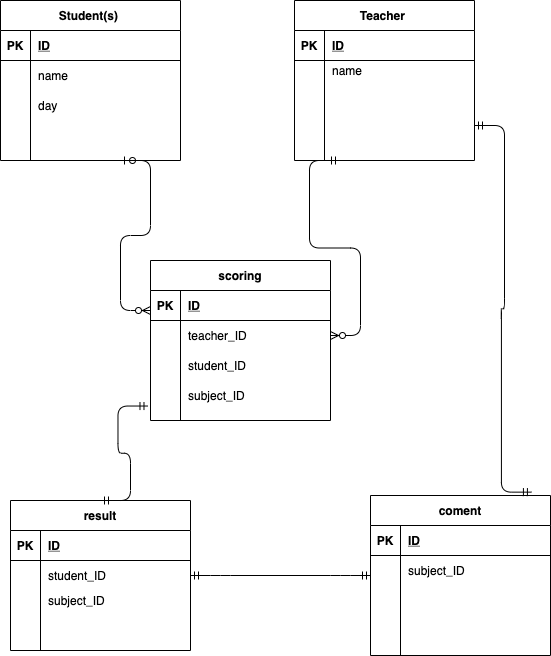
This is index. .drawio.png from hitomineo/2021-12-24-ito-ER, a draw.io export, as it was before one commit. Source tidied: cells renumbered, new cells last; positions are measured from the earlier drawing's top-left corner, leaving out a move shared by most shapes.
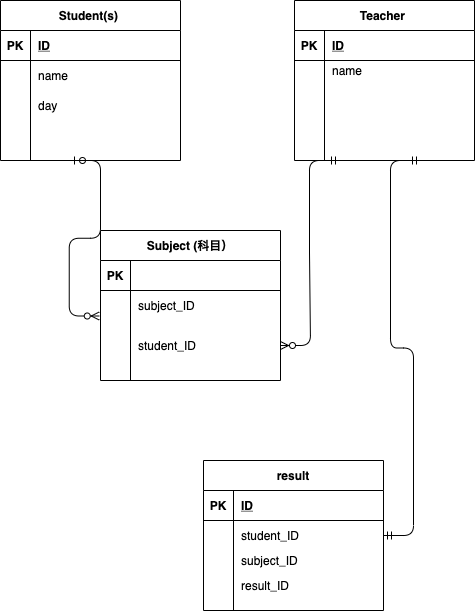
Later version of the same file.

Diff of the diagram source:
```diff
@@ -41,47 +41,8 @@
     <mxCell id="14" style="shape=partialRectangle;fillColor=none;top=0;left=0;bottom=0;right=0;align=left;spacingLeft=6;overflow=hidden;" parent="12" vertex="1">
       <mxGeometry x="30" width="150" height="30" as="geometry" />
     </mxCell>
-    <mxCell id="15" value="scoring" style="shape=table;startSize=30;rowLines=0;fontStyle=1;align=center;" parent="1" vertex="1">
-      <mxGeometry x="150" y="260" width="180" height="160" as="geometry" />
-    </mxCell>
-    <mxCell id="16" style="shape=partialRectangle;fillColor=none;top=0;left=0;bottom=1;right=0;" parent="15" vertex="1">
-      <mxGeometry y="30" width="180" height="30" as="geometry" />
-    </mxCell>
-    <mxCell id="17" value="PK" style="shape=partialRectangle;fillColor=none;top=0;left=0;bottom=0;right=0;fontStyle=1;overflow=hidden;" parent="16" vertex="1">
-      <mxGeometry width="30" height="30" as="geometry" />
-    </mxCell>
-    <mxCell id="18" value="ID" style="shape=partialRectangle;fillColor=none;top=0;left=0;bottom=0;right=0;align=left;spacingLeft=6;fontStyle=5;overflow=hidden;" parent="16" vertex="1">
-      <mxGeometry x="30" width="150" height="30" as="geometry" />
-    </mxCell>
-    <mxCell id="19" style="shape=partialRectangle;fillColor=none;top=0;left=0;bottom=0;right=0;points=[[0,0.5],[1,0.5]];portConstraint=eastwest;" parent="15" vertex="1">
-      <mxGeometry y="60" width="180" height="30" as="geometry" />
-    </mxCell>
-    <mxCell id="20" style="shape=partialRectangle;fillColor=none;top=0;left=0;bottom=0;right=0;overflow=hidden;" parent="19" vertex="1">
-      <mxGeometry width="30" height="30" as="geometry" />
-    </mxCell>
-    <mxCell id="21" value="teacher_ID" style="shape=partialRectangle;fillColor=none;top=0;left=0;bottom=0;right=0;align=left;spacingLeft=6;overflow=hidden;" parent="19" vertex="1">
-      <mxGeometry x="30" width="150" height="30" as="geometry" />
-    </mxCell>
-    <mxCell id="22" style="shape=partialRectangle;fillColor=none;top=0;left=0;bottom=0;right=0;" parent="15" vertex="1">
-      <mxGeometry y="90" width="180" height="30" as="geometry" />
-    </mxCell>
-    <mxCell id="23" style="shape=partialRectangle;fillColor=none;top=0;left=0;bottom=0;right=0;overflow=hidden;" parent="22" vertex="1">
-      <mxGeometry width="30" height="30" as="geometry" />
-    </mxCell>
-    <mxCell id="24" value="student_ID" style="shape=partialRectangle;fillColor=none;top=0;left=0;bottom=0;right=0;align=left;spacingLeft=6;overflow=hidden;" parent="22" vertex="1">
-      <mxGeometry x="30" width="150" height="30" as="geometry" />
-    </mxCell>
-    <mxCell id="25" style="shape=partialRectangle;fillColor=none;top=0;left=0;bottom=0;right=0;points=[[0,0.5],[1,0.5]];portConstraint=eastwest;" parent="15" vertex="1">
-      <mxGeometry y="120" width="180" height="30" as="geometry" />
-    </mxCell>
-    <mxCell id="26" style="shape=partialRectangle;fillColor=none;top=0;left=0;bottom=0;right=0;overflow=hidden;" parent="25" vertex="1">
-      <mxGeometry width="30" height="30" as="geometry" />
-    </mxCell>
-    <mxCell id="27" value="subject_ID" style="shape=partialRectangle;fillColor=none;top=0;left=0;bottom=0;right=0;align=left;spacingLeft=6;overflow=hidden;" parent="25" vertex="1">
-      <mxGeometry x="30" width="150" height="30" as="geometry" />
-    </mxCell>
     <mxCell id="28" value="result" style="shape=table;startSize=30;rowLines=0;fontStyle=1;align=center;" parent="1" vertex="1">
-      <mxGeometry x="10" y="500" width="180" height="150" as="geometry" />
+      <mxGeometry x="203" y="460" width="180" height="150" as="geometry" />
     </mxCell>
     <mxCell id="29" style="shape=partialRectangle;fillColor=none;top=0;left=0;bottom=1;right=0;" parent="28" vertex="1">
       <mxGeometry y="30" width="180" height="30" as="geometry" />
@@ -116,13 +77,12 @@
     <mxCell id="39" style="shape=partialRectangle;fillColor=none;top=0;left=0;bottom=0;right=0;overflow=hidden;" parent="38" vertex="1">
       <mxGeometry width="30" height="30" as="geometry" />
     </mxCell>
-    <mxCell id="40" style="shape=partialRectangle;fillColor=none;top=0;left=0;bottom=0;right=0;align=left;spacingLeft=6;overflow=hidden;" parent="38" vertex="1">
+    <mxCell id="40" value="result_ID" style="shape=partialRectangle;fillColor=none;top=0;left=0;bottom=0;right=0;align=left;spacingLeft=6;overflow=hidden;" parent="38" vertex="1">
       <mxGeometry x="30" width="150" height="30" as="geometry" />
     </mxCell>
-    <mxCell id="41" style="edgeStyle=entityRelationEdgeStyle;fontSize=12;html=1;endArrow=ERzeroToMany;startArrow=ERzeroToOne;" parent="1" edge="1">
+    <mxCell id="41" style="edgeStyle=entityRelationEdgeStyle;fontSize=12;html=1;endArrow=ERzeroToMany;startArrow=ERzeroToOne;entryX=-0.007;entryY=-0.09;entryDx=0;entryDy=0;entryPerimeter=0;" parent="1" edge="1" target="80">
       <mxGeometry relative="1" as="geometry">
-        <mxPoint x="120" y="160" as="sourcePoint" />
-        <mxPoint x="150" y="310" as="targetPoint" />
+        <mxPoint x="70" y="160" as="sourcePoint" />
       </mxGeometry>
     </mxCell>
     <mxCell id="42" value="Student(s) " style="shape=table;startSize=30;rowLines=0;fontStyle=1;align=center;" parent="1" vertex="1">
@@ -164,58 +124,43 @@
     <mxCell id="54" style="shape=partialRectangle;fillColor=none;top=0;left=0;bottom=0;right=0;align=left;spacingLeft=6;overflow=hidden;" parent="52" vertex="1">
       <mxGeometry x="30" width="150" height="30" as="geometry" />
     </mxCell>
-    <mxCell id="55" style="edgeStyle=entityRelationEdgeStyle;fontSize=12;html=1;endArrow=ERzeroToMany;startArrow=ERmandOne;entryX=1;entryY=0.5;entryDx=0;entryDy=0;exitX=0.25;exitY=1;exitDx=0;exitDy=0;" parent="1" edge="1" source="2" target="19">
-      <mxGeometry relative="1" as="geometry" />
-    </mxCell>
-    <mxCell id="56" style="edgeStyle=entityRelationEdgeStyle;fontSize=12;html=1;endArrow=ERmandOne;startArrow=ERmandOne;exitX=0.5;exitY=0;exitDx=0;exitDy=0;entryX=-0.014;entryY=0.851;entryDx=0;entryDy=0;entryPerimeter=0;" parent="1" edge="1" source="28" target="25">
-      <mxGeometry relative="1" as="geometry" />
-    </mxCell>
-    <mxCell id="57" value="coment" style="shape=table;startSize=30;rowLines=0;fontStyle=1;align=center;" parent="1" vertex="1">
-      <mxGeometry x="370" y="495" width="180" height="160" as="geometry" />
-    </mxCell>
-    <mxCell id="58" style="shape=partialRectangle;fillColor=none;top=0;left=0;bottom=1;right=0;" parent="57" vertex="1">
-      <mxGeometry y="30" width="180" height="30" as="geometry" />
-    </mxCell>
-    <mxCell id="59" value="PK" style="shape=partialRectangle;fillColor=none;top=0;left=0;bottom=0;right=0;fontStyle=1;overflow=hidden;" parent="58" vertex="1">
-      <mxGeometry width="30" height="30" as="geometry" />
-    </mxCell>
-    <mxCell id="60" value="ID" style="shape=partialRectangle;fillColor=none;top=0;left=0;bottom=0;right=0;align=left;spacingLeft=6;fontStyle=5;overflow=hidden;" parent="58" vertex="1">
-      <mxGeometry x="30" width="150" height="30" as="geometry" />
-    </mxCell>
-    <mxCell id="61" style="shape=partialRectangle;fillColor=none;top=0;left=0;bottom=0;right=0;" parent="57" vertex="1">
-      <mxGeometry y="60" width="180" height="30" as="geometry" />
-    </mxCell>
-    <mxCell id="62" style="shape=partialRectangle;fillColor=none;top=0;left=0;bottom=0;right=0;overflow=hidden;" parent="61" vertex="1">
-      <mxGeometry width="30" height="30" as="geometry" />
-    </mxCell>
-    <mxCell id="63" value="subject_ID" style="shape=partialRectangle;fillColor=none;top=0;left=0;bottom=0;right=0;align=left;spacingLeft=6;overflow=hidden;" parent="61" vertex="1">
-      <mxGeometry x="30" width="150" height="30" as="geometry" />
-    </mxCell>
-    <mxCell id="64" style="shape=partialRectangle;fillColor=none;top=0;left=0;bottom=0;right=0;" parent="57" vertex="1">
-      <mxGeometry y="90" width="180" height="30" as="geometry" />
-    </mxCell>
-    <mxCell id="65" style="shape=partialRectangle;fillColor=none;top=0;left=0;bottom=0;right=0;overflow=hidden;" parent="64" vertex="1">
-      <mxGeometry width="30" height="30" as="geometry" />
-    </mxCell>
-    <mxCell id="66" style="shape=partialRectangle;fillColor=none;top=0;left=0;bottom=0;right=0;align=left;spacingLeft=6;overflow=hidden;" parent="64" vertex="1">
-      <mxGeometry x="30" width="150" height="30" as="geometry" />
-    </mxCell>
-    <mxCell id="67" style="shape=partialRectangle;fillColor=none;top=0;left=0;bottom=0;right=0;" parent="57" vertex="1">
-      <mxGeometry y="120" width="180" height="30" as="geometry" />
-    </mxCell>
-    <mxCell id="68" style="shape=partialRectangle;fillColor=none;top=0;left=0;bottom=0;right=0;overflow=hidden;" parent="67" vertex="1">
-      <mxGeometry width="30" height="30" as="geometry" />
-    </mxCell>
-    <mxCell id="69" style="shape=partialRectangle;fillColor=none;top=0;left=0;bottom=0;right=0;align=left;spacingLeft=6;overflow=hidden;" parent="67" vertex="1">
-      <mxGeometry x="30" width="150" height="30" as="geometry" />
-    </mxCell>
-    <mxCell id="70" style="edgeStyle=entityRelationEdgeStyle;fontSize=12;html=1;endArrow=ERmandOne;startArrow=ERmandOne;entryX=0.894;entryY=-0.021;entryDx=0;entryDy=0;entryPerimeter=0;exitX=1;exitY=0.5;exitDx=0;exitDy=0;" parent="1" edge="1" source="12" target="57">
-      <mxGeometry relative="1" as="geometry" />
-    </mxCell>
-    <mxCell id="71" style="edgeStyle=entityRelationEdgeStyle;fontSize=12;html=1;endArrow=ERmandOne;startArrow=ERmandOne;exitX=1;exitY=0.5;exitDx=0;exitDy=0;" parent="1" edge="1" source="32">
-      <mxGeometry relative="1" as="geometry">
-        <mxPoint x="370" y="575" as="targetPoint" />
-      </mxGeometry>
-    </mxCell>
+    <mxCell id="72" style="edgeStyle=entityRelationEdgeStyle;fontSize=12;html=1;endArrow=ERmandOne;startArrow=ERmandOne;exitX=1;exitY=0.5;exitDx=0;exitDy=0;" parent="1" edge="1" source="32">
+      <mxGeometry relative="1" as="geometry">
+        <mxPoint x="420" y="160" as="targetPoint" />
+      </mxGeometry>
+    </mxCell>
+    <mxCell id="73" value="Subject (科目）" style="shape=table;startSize=30;rowLines=0;fontStyle=1;align=center;" parent="1" vertex="1">
+      <mxGeometry x="100" y="230" width="180" height="150" as="geometry" />
+    </mxCell>
+    <mxCell id="74" style="shape=partialRectangle;fillColor=none;top=0;left=0;bottom=1;right=0;" parent="73" vertex="1">
+      <mxGeometry y="30" width="180" height="30" as="geometry" />
+    </mxCell>
+    <mxCell id="75" value="PK" style="shape=partialRectangle;fillColor=none;top=0;left=0;bottom=0;right=0;fontStyle=1;overflow=hidden;" parent="74" vertex="1">
+      <mxGeometry width="30" height="30" as="geometry" />
+    </mxCell>
+    <mxCell id="76" style="shape=partialRectangle;fillColor=none;top=0;left=0;bottom=0;right=0;align=left;spacingLeft=6;fontStyle=5;overflow=hidden;" parent="74" vertex="1">
+      <mxGeometry x="30" width="150" height="30" as="geometry" />
+    </mxCell>
+    <mxCell id="77" style="shape=partialRectangle;fillColor=none;top=0;left=0;bottom=0;right=0;" parent="73" vertex="1">
+      <mxGeometry y="60" width="180" height="30" as="geometry" />
+    </mxCell>
+    <mxCell id="78" style="shape=partialRectangle;fillColor=none;top=0;left=0;bottom=0;right=0;overflow=hidden;" parent="77" vertex="1">
+      <mxGeometry width="30" height="30" as="geometry" />
+    </mxCell>
+    <mxCell id="79" value="subject_ID" style="shape=partialRectangle;fillColor=none;top=0;left=0;bottom=0;right=0;align=left;spacingLeft=6;overflow=hidden;" parent="77" vertex="1">
+      <mxGeometry x="30" width="150" height="30" as="geometry" />
+    </mxCell>
+    <mxCell id="80" style="shape=partialRectangle;fillColor=none;top=0;left=0;bottom=0;right=0;points=[[0,0.5],[1,0.5]];portConstraint=eastwest;" parent="73" vertex="1">
+      <mxGeometry y="90" width="180" height="50" as="geometry" />
+    </mxCell>
+    <mxCell id="81" style="shape=partialRectangle;fillColor=none;top=0;left=0;bottom=0;right=0;overflow=hidden;" parent="80" vertex="1">
+      <mxGeometry width="30" height="50" as="geometry" />
+    </mxCell>
+    <mxCell id="24" value="student_ID" style="shape=partialRectangle;fillColor=none;top=0;left=0;bottom=0;right=0;align=left;spacingLeft=6;overflow=hidden;" parent="80" vertex="1">
+      <mxGeometry x="30" width="150" height="50" as="geometry" />
+    </mxCell>
+    <mxCell id="82" style="edgeStyle=entityRelationEdgeStyle;fontSize=12;html=1;endArrow=ERzeroToMany;startArrow=ERmandOne;exitX=0.25;exitY=1;exitDx=0;exitDy=0;" parent="1" edge="1" source="2" target="80">
+      <mxGeometry relative="1" as="geometry" />
+    </mxCell>
   </root>
 </mxGraphModel>
```
